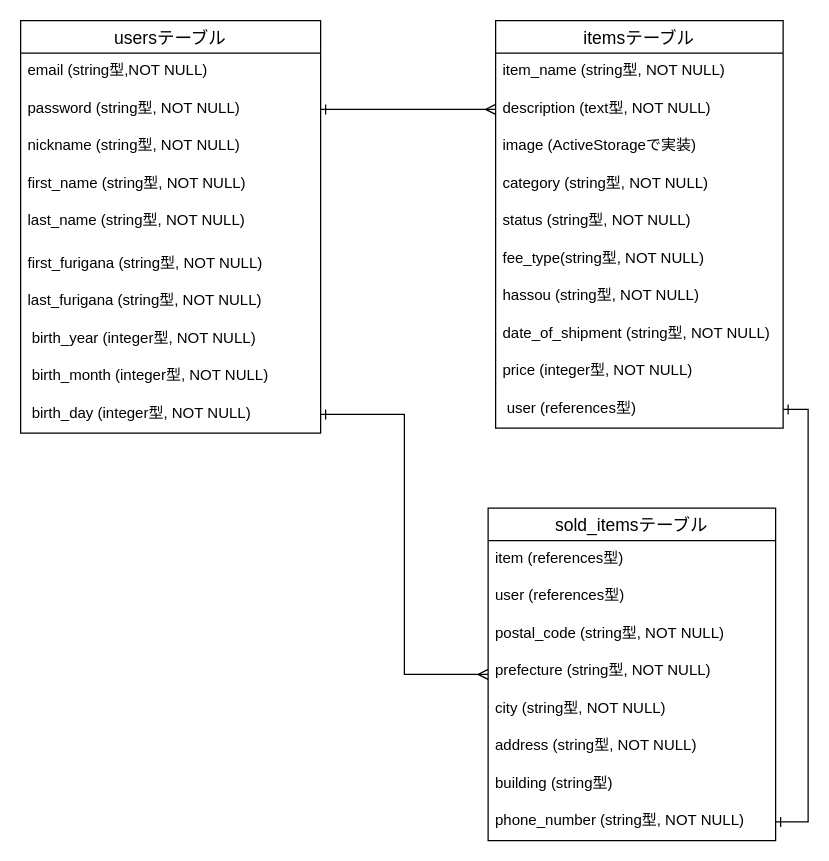
Above: furima.dio in saitojun-creater/furima-31020 (draw.io), before the change. Source tidied: cells renumbered, new cells numbered last; positions are measured from the earlier drawing's top-left corner, leaving out a move shared by most shapes. Both pictures are drawn from the tidied source at 125%, with x=0, y=0 at pixel (20, 20).
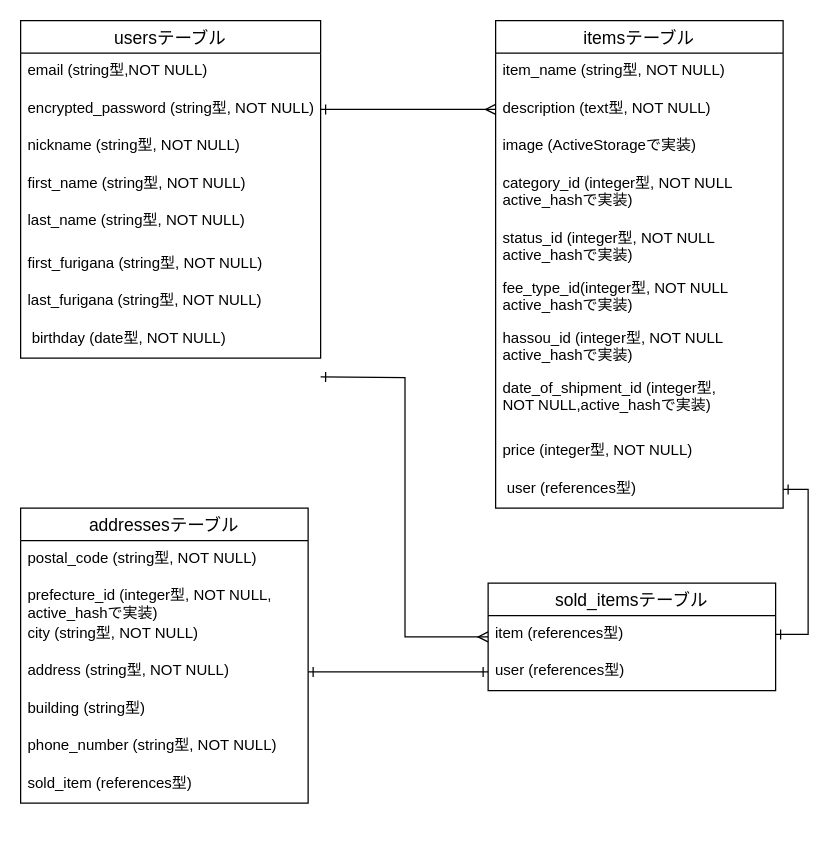
After the change.

Diff of the diagram source:
```diff
@@
     <mxCell id="2" value="usersテーブル" style="swimlane;fontStyle=0;horizontal=1;startSize=26;align=center;fontSize=14;" parent="1" vertex="1">
-      <mxGeometry width="240" height="330" as="geometry" />
+      <mxGeometry width="240" height="270" as="geometry" />
     </mxCell>
@@
-    <mxCell id="4" value="password (string型, NOT NULL)" style="text;strokeColor=none;fillColor=none;spacingLeft=4;spacingRight=4;overflow=hidden;points=[[0,0.5],[1,0.5]];portConstraint=eastwest;fontSize=12;" parent="2" vertex="1">
+    <mxCell id="4" value="encrypted_password (string型, NOT NULL)" style="text;strokeColor=none;fillColor=none;spacingLeft=4;spacingRight=4;overflow=hidden;points=[[0,0.5],[1,0.5]];portConstraint=eastwest;fontSize=12;" parent="2" vertex="1">
       <mxGeometry y="56" width="240" height="30" as="geometry" />
     </mxCell>
@@
-    <mxCell id="10" value=" birth_year (integer型, NOT NULL)" style="text;strokeColor=none;fillColor=none;spacingLeft=4;spacingRight=4;overflow=hidden;fontSize=12;" parent="2" vertex="1">
+    <mxCell id="10" value=" birthday (date型, NOT NULL)" style="text;strokeColor=none;fillColor=none;spacingLeft=4;spacingRight=4;overflow=hidden;fontSize=12;" parent="2" vertex="1">
       <mxGeometry y="240" width="240" height="30" as="geometry" />
     </mxCell>
-    <mxCell id="11" value=" birth_month (integer型, NOT NULL)" style="text;strokeColor=none;fillColor=none;spacingLeft=4;spacingRight=4;overflow=hidden;fontSize=12;" parent="2" vertex="1">
-      <mxGeometry y="270" width="240" height="30" as="geometry" />
-    </mxCell>
-    <mxCell id="12" value=" birth_day (integer型, NOT NULL)" style="text;strokeColor=none;fillColor=none;spacingLeft=4;spacingRight=4;overflow=hidden;points=[[0,0.5],[1,0.5]];portConstraint=eastwest;fontSize=12;" parent="2" vertex="1">
-      <mxGeometry y="300" width="240" height="30" as="geometry" />
-    </mxCell>
     <mxCell id="13" value="itemsテーブル" style="swimlane;fontStyle=0;horizontal=1;startSize=26;align=center;fontSize=14;" parent="1" vertex="1">
-      <mxGeometry x="380" width="230" height="326" as="geometry" />
+      <mxGeometry x="380" width="230" height="390" as="geometry" />
     </mxCell>
@@
-    <mxCell id="17" value="category (string型, NOT NULL)" style="text;strokeColor=none;fillColor=none;spacingLeft=4;spacingRight=4;overflow=hidden;fontSize=12;" parent="13" vertex="1">
-      <mxGeometry y="116" width="230" height="30" as="geometry" />
+    <mxCell id="17" value="category_id (integer型, NOT NULL&#10;active_hashで実装)" style="text;strokeColor=none;fillColor=none;spacingLeft=4;spacingRight=4;overflow=hidden;fontSize=12;" parent="13" vertex="1">
+      <mxGeometry y="116" width="230" height="44" as="geometry" />
     </mxCell>
-    <mxCell id="18" value="status (string型, NOT NULL)" style="text;strokeColor=none;fillColor=none;spacingLeft=4;spacingRight=4;overflow=hidden;fontSize=12;" parent="13" vertex="1">
-      <mxGeometry y="146" width="230" height="30" as="geometry" />
+    <mxCell id="18" value="status_id (integer型, NOT NULL&#10;active_hashで実装)" style="text;strokeColor=none;fillColor=none;spacingLeft=4;spacingRight=4;overflow=hidden;fontSize=12;" parent="13" vertex="1">
+      <mxGeometry y="160" width="230" height="40" as="geometry" />
     </mxCell>
-    <mxCell id="19" value="fee_type(string型, NOT NULL)" style="text;strokeColor=none;fillColor=none;spacingLeft=4;spacingRight=4;overflow=hidden;fontSize=12;" parent="13" vertex="1">
-      <mxGeometry y="176" width="230" height="30" as="geometry" />
+    <mxCell id="19" value="fee_type_id(integer型, NOT NULL&#10;active_hashで実装)" style="text;strokeColor=none;fillColor=none;spacingLeft=4;spacingRight=4;overflow=hidden;fontSize=12;" parent="13" vertex="1">
+      <mxGeometry y="200" width="230" height="40" as="geometry" />
     </mxCell>
-    <mxCell id="20" value="hassou (string型, NOT NULL)" style="text;strokeColor=none;fillColor=none;spacingLeft=4;spacingRight=4;overflow=hidden;fontSize=12;" parent="13" vertex="1">
-      <mxGeometry y="206" width="230" height="30" as="geometry" />
+    <mxCell id="20" value="hassou_id (integer型, NOT NULL&#10;active_hashで実装)" style="text;strokeColor=none;fillColor=none;spacingLeft=4;spacingRight=4;overflow=hidden;fontSize=12;" parent="13" vertex="1">
+      <mxGeometry y="240" width="230" height="40" as="geometry" />
     </mxCell>
-    <mxCell id="21" value="date_of_shipment (string型, NOT NULL)" style="text;strokeColor=none;fillColor=none;spacingLeft=4;spacingRight=4;overflow=hidden;fontSize=12;" parent="13" vertex="1">
-      <mxGeometry y="236" width="230" height="30" as="geometry" />
+    <mxCell id="21" value="date_of_shipment_id (integer型, &#10;NOT NULL,active_hashで実装)" style="text;strokeColor=none;fillColor=none;spacingLeft=4;spacingRight=4;overflow=hidden;fontSize=12;" parent="13" vertex="1">
+      <mxGeometry y="280" width="230" height="50" as="geometry" />
     </mxCell>
     <mxCell id="22" value="price (integer型, NOT NULL)" style="text;strokeColor=none;fillColor=none;spacingLeft=4;spacingRight=4;overflow=hidden;fontSize=12;" parent="13" vertex="1">
-      <mxGeometry y="266" width="230" height="30" as="geometry" />
+      <mxGeometry y="330" width="230" height="30" as="geometry" />
     </mxCell>
     <mxCell id="23" value=" user (references型)" style="text;strokeColor=none;fillColor=none;spacingLeft=4;spacingRight=4;overflow=hidden;points=[[0,0.5],[1,0.5]];portConstraint=eastwest;fontSize=12;" parent="13" vertex="1">
-      <mxGeometry y="296" width="230" height="30" as="geometry" />
+      <mxGeometry y="360" width="230" height="30" as="geometry" />
     </mxCell>
@@
-    <mxCell id="25" style="edgeStyle=orthogonalEdgeStyle;rounded=0;jettySize=auto;html=1;exitX=1;exitY=0.5;exitDx=0;exitDy=0;entryX=0;entryY=0.5;entryDx=0;entryDy=0;startArrow=ERone;startFill=0;endArrow=ERmany;endFill=0;" parent="1" edge="1" source="12" target="27">
-      <mxGeometry relative="1" as="geometry" />
+    <mxCell id="25" style="edgeStyle=orthogonalEdgeStyle;rounded=0;jettySize=auto;html=1;exitX=1;exitY=0.5;exitDx=0;exitDy=0;entryX=0;entryY=0.5;entryDx=0;entryDy=0;startArrow=ERone;startFill=0;endArrow=ERmany;endFill=0;" parent="1" edge="1" target="27">
+      <mxGeometry relative="1" as="geometry">
+        <mxPoint x="240" y="285" as="sourcePoint" />
+      </mxGeometry>
     </mxCell>
-    <mxCell id="26" style="edgeStyle=orthogonalEdgeStyle;rounded=0;jettySize=auto;html=1;exitX=1;exitY=0.5;exitDx=0;exitDy=0;entryX=1;entryY=0.5;entryDx=0;entryDy=0;startArrow=ERone;startFill=0;endArrow=ERone;endFill=0;" parent="1" edge="1" source="23" target="35">
-      <mxGeometry relative="1" as="geometry" />
-    </mxCell>
-    <mxCell id="27" value="sold_itemsテーブル" style="swimlane;fontStyle=0;horizontal=1;startSize=26;align=center;fontSize=14;" parent="1" vertex="1">
-      <mxGeometry x="374" y="390" width="230" height="266" as="geometry" />
-    </mxCell>
-    <mxCell id="28" value="item (references型)&#10;" style="text;strokeColor=none;fillColor=none;spacingLeft=4;spacingRight=4;overflow=hidden;points=[[0,0.5],[1,0.5]];portConstraint=eastwest;fontSize=12;" parent="27" vertex="1">
-      <mxGeometry y="26" width="230" height="30" as="geometry" />
-    </mxCell>
-    <mxCell id="29" value="user (references型)&#10;" style="text;strokeColor=none;fillColor=none;spacingLeft=4;spacingRight=4;overflow=hidden;points=[[0,0.5],[1,0.5]];portConstraint=eastwest;fontSize=12;" parent="27" vertex="1">
-      <mxGeometry y="56" width="230" height="30" as="geometry" />
-    </mxCell>
+    <mxCell id="36" value="addressesテーブル" style="swimlane;fontStyle=0;horizontal=1;startSize=26;align=center;fontSize=14;" parent="1" vertex="1">
+      <mxGeometry y="390" width="230" height="236" as="geometry" />
+    </mxCell>
-    <mxCell id="30" value="postal_code (string型, NOT NULL)" style="text;strokeColor=none;fillColor=none;spacingLeft=4;spacingRight=4;overflow=hidden;fontSize=12;" parent="27" vertex="1">
-      <mxGeometry y="86" width="230" height="30" as="geometry" />
+    <mxCell id="30" value="postal_code (string型, NOT NULL)" style="text;strokeColor=none;fillColor=none;spacingLeft=4;spacingRight=4;overflow=hidden;fontSize=12;" parent="36" vertex="1">
+      <mxGeometry y="26" width="230" height="30" as="geometry" />
     </mxCell>
-    <mxCell id="31" value="prefecture (string型, NOT NULL)" style="text;strokeColor=none;fillColor=none;spacingLeft=4;spacingRight=4;overflow=hidden;fontSize=12;" parent="27" vertex="1">
-      <mxGeometry y="116" width="230" height="30" as="geometry" />
-    </mxCell>
+    <mxCell id="37" value="prefecture_id (integer型, NOT NULL,&#10;active_hashで実装)" style="text;strokeColor=none;fillColor=none;spacingLeft=4;spacingRight=4;overflow=hidden;fontSize=12;" parent="36" vertex="1">
+      <mxGeometry y="56" width="230" height="30" as="geometry" />
+    </mxCell>
-    <mxCell id="32" value="city (string型, NOT NULL)" style="text;strokeColor=none;fillColor=none;spacingLeft=4;spacingRight=4;overflow=hidden;fontSize=12;" parent="27" vertex="1">
-      <mxGeometry y="146" width="230" height="30" as="geometry" />
+    <mxCell id="32" value="city (string型, NOT NULL)" style="text;strokeColor=none;fillColor=none;spacingLeft=4;spacingRight=4;overflow=hidden;fontSize=12;" parent="36" vertex="1">
+      <mxGeometry y="86" width="230" height="30" as="geometry" />
     </mxCell>
-    <mxCell id="33" value="address (string型, NOT NULL)" style="text;strokeColor=none;fillColor=none;spacingLeft=4;spacingRight=4;overflow=hidden;points=[[0,0.5],[1,0.5]];portConstraint=eastwest;fontSize=12;" parent="27" vertex="1">
-      <mxGeometry y="176" width="230" height="30" as="geometry" />
+    <mxCell id="33" value="address (string型, NOT NULL)" style="text;strokeColor=none;fillColor=none;spacingLeft=4;spacingRight=4;overflow=hidden;points=[[0,0.5],[1,0.5]];portConstraint=eastwest;fontSize=12;" parent="36" vertex="1">
+      <mxGeometry y="116" width="230" height="30" as="geometry" />
     </mxCell>
-    <mxCell id="34" value="building (string型)" style="text;strokeColor=none;fillColor=none;spacingLeft=4;spacingRight=4;overflow=hidden;fontSize=12;" parent="27" vertex="1">
-      <mxGeometry y="206" width="230" height="30" as="geometry" />
+    <mxCell id="34" value="building (string型)" style="text;strokeColor=none;fillColor=none;spacingLeft=4;spacingRight=4;overflow=hidden;fontSize=12;" parent="36" vertex="1">
+      <mxGeometry y="146" width="230" height="30" as="geometry" />
     </mxCell>
-    <mxCell id="35" value="phone_number (string型, NOT NULL)" style="text;strokeColor=none;fillColor=none;spacingLeft=4;spacingRight=4;overflow=hidden;points=[[0,0.5],[1,0.5]];portConstraint=eastwest;fontSize=12;" parent="27" vertex="1">
-      <mxGeometry y="236" width="230" height="30" as="geometry" />
+    <mxCell id="35" value="phone_number (string型, NOT NULL)" style="text;strokeColor=none;fillColor=none;spacingLeft=4;spacingRight=4;overflow=hidden;points=[[0,0.5],[1,0.5]];portConstraint=eastwest;fontSize=12;" parent="36" vertex="1">
+      <mxGeometry y="176" width="230" height="30" as="geometry" />
     </mxCell>
+    <mxCell id="38" value="sold_item (references型)" style="text;strokeColor=none;fillColor=none;spacingLeft=4;spacingRight=4;overflow=hidden;fontSize=12;" parent="36" vertex="1">
+      <mxGeometry y="206" width="230" height="30" as="geometry" />
+    </mxCell>
+    <mxCell id="39" style="edgeStyle=orthogonalEdgeStyle;rounded=0;jettySize=auto;html=1;exitX=1;exitY=0.5;exitDx=0;exitDy=0;entryX=1;entryY=0.5;entryDx=0;entryDy=0;startArrow=ERone;startFill=0;endArrow=ERone;endFill=0;" parent="1" edge="1" source="23" target="28">
+      <mxGeometry relative="1" as="geometry" />
+    </mxCell>
+    <mxCell id="27" value="sold_itemsテーブル" style="swimlane;fontStyle=0;horizontal=1;startSize=26;align=center;fontSize=14;" parent="1" vertex="1">
+      <mxGeometry x="374" y="450" width="230" height="86" as="geometry" />
+    </mxCell>
+    <mxCell id="28" value="item (references型)&#10;" style="text;strokeColor=none;fillColor=none;spacingLeft=4;spacingRight=4;overflow=hidden;points=[[0,0.5],[1,0.5]];portConstraint=eastwest;fontSize=12;" parent="27" vertex="1">
+      <mxGeometry y="26" width="230" height="30" as="geometry" />
+    </mxCell>
+    <mxCell id="29" value="user (references型)&#10;" style="text;strokeColor=none;fillColor=none;spacingLeft=4;spacingRight=4;overflow=hidden;points=[[0,0.5],[1,0.5]];portConstraint=eastwest;fontSize=12;" parent="27" vertex="1">
+      <mxGeometry y="56" width="230" height="30" as="geometry" />
+    </mxCell>
+    <mxCell id="40" style="edgeStyle=orthogonalEdgeStyle;rounded=0;jettySize=auto;html=1;exitX=1;exitY=0.5;exitDx=0;exitDy=0;entryX=0;entryY=0.5;entryDx=0;entryDy=0;startArrow=ERone;startFill=0;endArrow=ERone;endFill=0;" parent="1" edge="1" source="33" target="29">
+      <mxGeometry relative="1" as="geometry" />
+    </mxCell>
```
